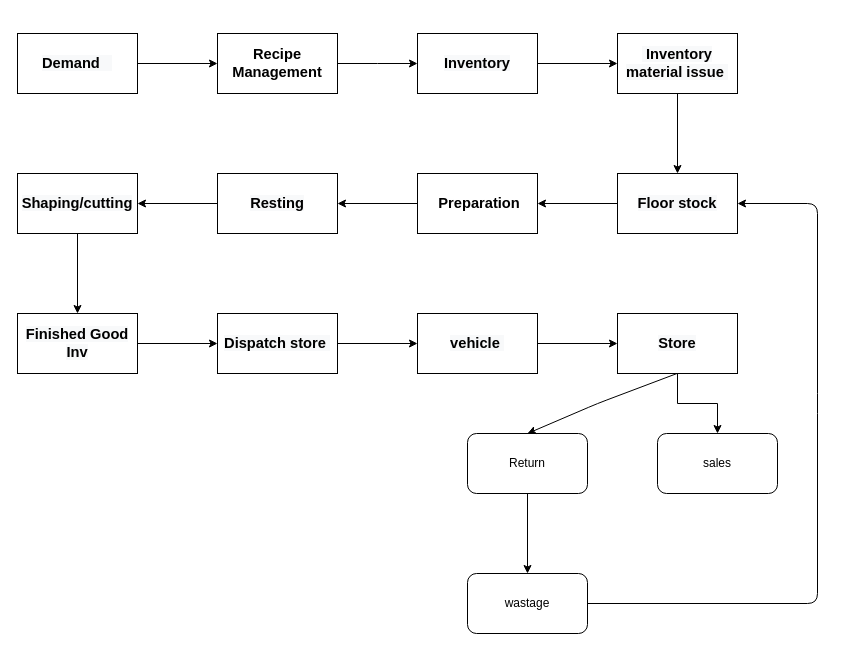
This is Flow.drawio from saikande6/Demo, a draw.io file, before an edit. Source tidied: cells renumbered, new cells numbered last; positions are measured from the earlier drawing's top-left corner, leaving out a move shared by most shapes. Both pictures are drawn from the tidied source at 100%, with x=0, y=0 at pixel (17, 33).
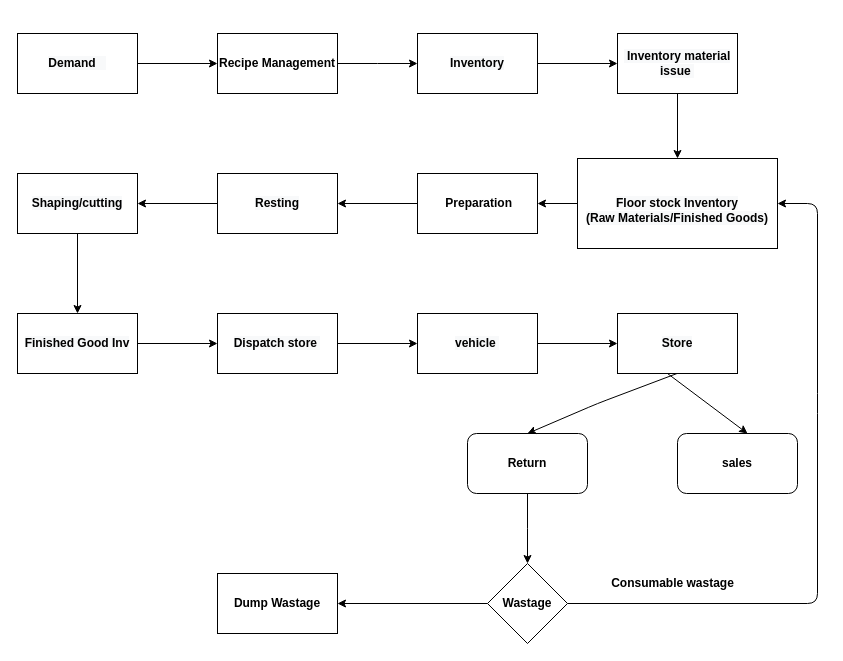
After the change.

Diff of the diagram source:
```diff
@@
-    <mxCell id="2" style="edgeStyle=orthogonalEdgeStyle;rounded=0;jettySize=auto;html=1;" parent="1" edge="1" source="3" target="5">
+    <mxCell id="2" style="edgeStyle=orthogonalEdgeStyle;rounded=0;jettySize=auto;html=1;fontFamily=Helvetica;fontSize=12;" parent="1" edge="1" source="3" target="5">
       <mxGeometry relative="1" as="geometry" />
     </mxCell>
-    <mxCell id="3" value="&#10;&#10;&lt;span style=&quot;color: rgb(0, 0, 0); font-family: arial; font-size: 14.6667px; font-style: normal; font-weight: 700; letter-spacing: normal; text-align: left; text-indent: 0px; text-transform: none; word-spacing: 0px; background-color: rgb(248, 249, 250); display: inline; float: none;&quot;&gt;Demand&amp;nbsp; &amp;nbsp;&lt;/span&gt;&#10;&#10;" style="rounded=0;whiteSpace=wrap;html=1;" parent="1" vertex="1">
+    <mxCell id="3" value="&#10;&#10;&lt;span style=&quot;color: rgb(0, 0, 0); font-size: 12px; font-style: normal; font-weight: 700; letter-spacing: normal; text-align: left; text-indent: 0px; text-transform: none; word-spacing: 0px; background-color: rgb(248, 249, 250); display: inline; float: none;&quot;&gt;Demand&amp;nbsp; &amp;nbsp;&lt;/span&gt;&#10;&#10;" style="rounded=0;whiteSpace=wrap;html=1;fontFamily=Helvetica;fontSize=12;" parent="1" vertex="1">
       <mxGeometry width="120" height="60" as="geometry" />
     </mxCell>
-    <mxCell id="4" style="edgeStyle=orthogonalEdgeStyle;rounded=0;jettySize=auto;html=1;" parent="1" edge="1" source="5">
+    <mxCell id="4" style="edgeStyle=orthogonalEdgeStyle;rounded=0;jettySize=auto;html=1;fontFamily=Helvetica;fontSize=12;" parent="1" edge="1" source="5">
       <mxGeometry relative="1" as="geometry">
         <mxPoint x="400" y="30" as="targetPoint" />
       </mxGeometry>
     </mxCell>
-    <mxCell id="5" value="&lt;span style=&quot;font-family: &amp;#34;arial&amp;#34; ; font-size: 14.6667px ; font-weight: 700 ; text-align: left&quot;&gt;Recipe Management&lt;/span&gt;" style="rounded=0;whiteSpace=wrap;html=1;" parent="1" vertex="1">
+    <mxCell id="5" value="&lt;span style=&quot;font-size: 12px; font-weight: 700; text-align: left;&quot;&gt;Recipe Management&lt;/span&gt;" style="rounded=0;whiteSpace=wrap;html=1;fontFamily=Helvetica;fontSize=12;" parent="1" vertex="1">
       <mxGeometry x="200" width="120" height="60" as="geometry" />
     </mxCell>
-    <mxCell id="6" style="edgeStyle=orthogonalEdgeStyle;rounded=0;jettySize=auto;html=1;" parent="1" edge="1" source="7" target="9">
+    <mxCell id="6" style="edgeStyle=orthogonalEdgeStyle;rounded=0;jettySize=auto;html=1;fontFamily=Helvetica;fontSize=12;" parent="1" edge="1" source="7" target="9">
       <mxGeometry relative="1" as="geometry" />
     </mxCell>
-    <mxCell id="7" value="&#10;&#10;&lt;span style=&quot;color: rgb(0, 0, 0); font-family: arial; font-size: 14.6667px; font-style: normal; font-weight: 700; letter-spacing: normal; text-align: left; text-indent: 0px; text-transform: none; word-spacing: 0px; background-color: rgb(248, 249, 250); display: inline; float: none;&quot;&gt;Inventory&lt;/span&gt;&#10;&#10;" style="rounded=0;whiteSpace=wrap;html=1;" parent="1" vertex="1">
+    <mxCell id="7" value="&#10;&#10;&lt;span style=&quot;color: rgb(0, 0, 0); font-size: 12px; font-style: normal; font-weight: 700; letter-spacing: normal; text-align: left; text-indent: 0px; text-transform: none; word-spacing: 0px; background-color: rgb(248, 249, 250); display: inline; float: none;&quot;&gt;Inventory&lt;/span&gt;&#10;&#10;" style="rounded=0;whiteSpace=wrap;html=1;fontFamily=Helvetica;fontSize=12;" parent="1" vertex="1">
       <mxGeometry x="400" width="120" height="60" as="geometry" />
     </mxCell>
-    <mxCell id="8" style="edgeStyle=orthogonalEdgeStyle;rounded=0;jettySize=auto;html=1;" parent="1" edge="1" source="9" target="11">
+    <mxCell id="8" style="edgeStyle=orthogonalEdgeStyle;rounded=0;jettySize=auto;html=1;fontFamily=Helvetica;fontSize=12;" parent="1" edge="1" source="9" target="11">
       <mxGeometry relative="1" as="geometry" />
     </mxCell>
-    <mxCell id="9" value="&#10;&#10;&lt;span style=&quot;color: rgb(0, 0, 0); font-family: arial; font-size: 14.6667px; font-style: normal; font-weight: 700; letter-spacing: normal; text-align: left; text-indent: 0px; text-transform: none; word-spacing: 0px; background-color: rgb(248, 249, 250); display: inline; float: none;&quot;&gt;&lt;span&gt;&amp;nbsp;&lt;/span&gt;Inventory material issue&amp;nbsp;&lt;/span&gt;&#10;&#10;" style="whiteSpace=wrap;html=1;rounded=0;" parent="1" vertex="1">
+    <mxCell id="9" value="&#10;&#10;&lt;span style=&quot;color: rgb(0, 0, 0); font-size: 12px; font-style: normal; font-weight: 700; letter-spacing: normal; text-align: left; text-indent: 0px; text-transform: none; word-spacing: 0px; background-color: rgb(248, 249, 250); display: inline; float: none;&quot;&gt;&lt;span style=&quot;font-size: 12px;&quot;&gt;&amp;nbsp;&lt;/span&gt;Inventory material issue&amp;nbsp;&lt;/span&gt;&#10;&#10;" style="whiteSpace=wrap;html=1;rounded=0;fontFamily=Helvetica;fontSize=12;" parent="1" vertex="1">
       <mxGeometry x="600" width="120" height="60" as="geometry" />
     </mxCell>
-    <mxCell id="10" style="edgeStyle=orthogonalEdgeStyle;rounded=0;jettySize=auto;html=1;" parent="1" edge="1" source="11" target="13">
+    <mxCell id="10" style="edgeStyle=orthogonalEdgeStyle;rounded=0;jettySize=auto;html=1;fontFamily=Helvetica;fontSize=12;" parent="1" edge="1" source="11" target="13">
       <mxGeometry relative="1" as="geometry" />
     </mxCell>
-    <mxCell id="11" value="&#10;&#10;&lt;span style=&quot;color: rgb(0, 0, 0); font-family: arial; font-size: 14.6667px; font-style: normal; font-weight: 700; letter-spacing: normal; text-align: left; text-indent: 0px; text-transform: none; word-spacing: 0px; background-color: rgb(248, 249, 250); display: inline; float: none;&quot;&gt;Floor stock&lt;/span&gt;&#10;&#10;" style="whiteSpace=wrap;html=1;rounded=0;" parent="1" vertex="1">
-      <mxGeometry x="600" y="140" width="120" height="60" as="geometry" />
+    <mxCell id="11" value="&lt;font style=&quot;font-size: 12px;&quot;&gt;&lt;br style=&quot;font-size: 12px;&quot;&gt;&lt;/font&gt;&lt;span style=&quot;color: rgb(0, 0, 0); font-style: normal; letter-spacing: normal; text-align: left; text-indent: 0px; text-transform: none; word-spacing: 0px; background-color: rgb(248, 249, 250); display: inline; float: none; font-size: 12px;&quot;&gt;&lt;font style=&quot;font-size: 12px;&quot;&gt;Floor stock Inventory&lt;br style=&quot;font-size: 12px;&quot;&gt;&lt;span style=&quot;text-align: center; font-size: 12px;&quot;&gt;(Raw Materials/Finished Goods)&lt;/span&gt;&lt;/font&gt;&lt;br style=&quot;font-size: 12px;&quot;&gt;&lt;/span&gt;" style="whiteSpace=wrap;html=1;rounded=0;verticalAlign=middle;fontStyle=1;fontFamily=Helvetica;fontSize=12;" parent="1" vertex="1">
+      <mxGeometry x="560" y="125" width="200" height="90" as="geometry" />
     </mxCell>
-    <mxCell id="12" style="edgeStyle=orthogonalEdgeStyle;rounded=0;jettySize=auto;html=1;" parent="1" edge="1" source="13" target="15">
+    <mxCell id="12" style="edgeStyle=orthogonalEdgeStyle;rounded=0;jettySize=auto;html=1;fontFamily=Helvetica;fontSize=12;" parent="1" edge="1" source="13" target="15">
       <mxGeometry relative="1" as="geometry" />
     </mxCell>
-    <mxCell id="13" value="&lt;span style=&quot;font-family: &amp;#34;arial&amp;#34; ; font-size: 14.6667px ; font-weight: 700 ; text-align: left&quot;&gt;&amp;nbsp;Preparation&lt;/span&gt;" style="whiteSpace=wrap;html=1;rounded=0;" parent="1" vertex="1">
+    <mxCell id="13" value="&lt;span style=&quot;font-size: 12px; font-weight: 700; text-align: left;&quot;&gt;&amp;nbsp;Preparation&lt;/span&gt;" style="whiteSpace=wrap;html=1;rounded=0;fontFamily=Helvetica;fontSize=12;" parent="1" vertex="1">
       <mxGeometry x="400" y="140" width="120" height="60" as="geometry" />
     </mxCell>
-    <mxCell id="14" style="edgeStyle=orthogonalEdgeStyle;rounded=0;jettySize=auto;html=1;" parent="1" edge="1" source="15" target="17">
+    <mxCell id="14" style="edgeStyle=orthogonalEdgeStyle;rounded=0;jettySize=auto;html=1;fontFamily=Helvetica;fontSize=12;" parent="1" edge="1" source="15" target="17">
       <mxGeometry relative="1" as="geometry" />
     </mxCell>
-    <mxCell id="15" value="&#10;&#10;&lt;span style=&quot;color: rgb(0, 0, 0); font-family: arial; font-size: 14.6667px; font-style: normal; font-weight: 700; letter-spacing: normal; text-align: left; text-indent: 0px; text-transform: none; word-spacing: 0px; background-color: rgb(248, 249, 250); display: inline; float: none;&quot;&gt;Resting&lt;/span&gt;&#10;&#10;" style="whiteSpace=wrap;html=1;rounded=0;" parent="1" vertex="1">
+    <mxCell id="15" value="&#10;&#10;&lt;span style=&quot;color: rgb(0, 0, 0); font-size: 12px; font-style: normal; font-weight: 700; letter-spacing: normal; text-align: left; text-indent: 0px; text-transform: none; word-spacing: 0px; background-color: rgb(248, 249, 250); display: inline; float: none;&quot;&gt;Resting&lt;/span&gt;&#10;&#10;" style="whiteSpace=wrap;html=1;rounded=0;fontFamily=Helvetica;fontSize=12;" parent="1" vertex="1">
       <mxGeometry x="200" y="140" width="120" height="60" as="geometry" />
     </mxCell>
-    <mxCell id="16" style="edgeStyle=orthogonalEdgeStyle;rounded=0;jettySize=auto;html=1;" parent="1" edge="1" source="17" target="19">
+    <mxCell id="16" style="edgeStyle=orthogonalEdgeStyle;rounded=0;jettySize=auto;html=1;fontFamily=Helvetica;fontSize=12;" parent="1" edge="1" source="17" target="19">
       <mxGeometry relative="1" as="geometry" />
     </mxCell>
-    <mxCell id="17" value="&#10;&#10;&lt;span style=&quot;color: rgb(0, 0, 0); font-family: arial; font-size: 14.6667px; font-style: normal; font-weight: 700; letter-spacing: normal; text-align: left; text-indent: 0px; text-transform: none; word-spacing: 0px; background-color: rgb(248, 249, 250); display: inline; float: none;&quot;&gt;Shaping/cutting&lt;/span&gt;&#10;&#10;" style="whiteSpace=wrap;html=1;rounded=0;" parent="1" vertex="1">
+    <mxCell id="17" value="&#10;&#10;&lt;span style=&quot;color: rgb(0, 0, 0); font-size: 12px; font-style: normal; font-weight: 700; letter-spacing: normal; text-align: left; text-indent: 0px; text-transform: none; word-spacing: 0px; background-color: rgb(248, 249, 250); display: inline; float: none;&quot;&gt;Shaping/cutting&lt;/span&gt;&#10;&#10;" style="whiteSpace=wrap;html=1;rounded=0;fontFamily=Helvetica;fontSize=12;" parent="1" vertex="1">
       <mxGeometry y="140" width="120" height="60" as="geometry" />
     </mxCell>
-    <mxCell id="18" style="edgeStyle=orthogonalEdgeStyle;rounded=0;jettySize=auto;html=1;" parent="1" edge="1" source="19" target="21">
+    <mxCell id="18" style="edgeStyle=orthogonalEdgeStyle;rounded=0;jettySize=auto;html=1;fontFamily=Helvetica;fontSize=12;" parent="1" edge="1" source="19" target="21">
       <mxGeometry relative="1" as="geometry" />
     </mxCell>
-    <mxCell id="19" value="&#10;&#10;&lt;span style=&quot;color: rgb(0, 0, 0); font-family: arial; font-size: 14.6667px; font-style: normal; font-weight: 700; letter-spacing: normal; text-align: left; text-indent: 0px; text-transform: none; word-spacing: 0px; background-color: rgb(248, 249, 250); display: inline; float: none;&quot;&gt;Finished Good Inv&lt;/span&gt;&#10;&#10;" style="whiteSpace=wrap;html=1;rounded=0;" parent="1" vertex="1">
+    <mxCell id="19" value="&#10;&#10;&lt;span style=&quot;color: rgb(0, 0, 0); font-size: 12px; font-style: normal; font-weight: 700; letter-spacing: normal; text-align: left; text-indent: 0px; text-transform: none; word-spacing: 0px; background-color: rgb(248, 249, 250); display: inline; float: none;&quot;&gt;Finished Good Inv&lt;/span&gt;&#10;&#10;" style="whiteSpace=wrap;html=1;rounded=0;fontFamily=Helvetica;fontSize=12;" parent="1" vertex="1">
       <mxGeometry y="280" width="120" height="60" as="geometry" />
     </mxCell>
-    <mxCell id="20" style="edgeStyle=orthogonalEdgeStyle;rounded=0;jettySize=auto;html=1;" parent="1" edge="1" source="21" target="23">
+    <mxCell id="20" style="edgeStyle=orthogonalEdgeStyle;rounded=0;jettySize=auto;html=1;fontFamily=Helvetica;fontSize=12;" parent="1" edge="1" source="21" target="23">
       <mxGeometry relative="1" as="geometry" />
     </mxCell>
-    <mxCell id="21" value="&#10;&#10;&lt;span style=&quot;color: rgb(0, 0, 0); font-family: arial; font-size: 14.6667px; font-style: normal; font-weight: 700; letter-spacing: normal; text-align: left; text-indent: 0px; text-transform: none; word-spacing: 0px; background-color: rgb(248, 249, 250); display: inline; float: none;&quot;&gt;Dispatch store&lt;span&gt;&amp;nbsp;&lt;/span&gt;&lt;/span&gt;&#10;&#10;" style="whiteSpace=wrap;html=1;rounded=0;" parent="1" vertex="1">
+    <mxCell id="21" value="&#10;&#10;&lt;span style=&quot;color: rgb(0, 0, 0); font-size: 12px; font-style: normal; font-weight: 700; letter-spacing: normal; text-align: left; text-indent: 0px; text-transform: none; word-spacing: 0px; background-color: rgb(248, 249, 250); display: inline; float: none;&quot;&gt;Dispatch store&lt;span style=&quot;font-size: 12px;&quot;&gt;&amp;nbsp;&lt;/span&gt;&lt;/span&gt;&#10;&#10;" style="whiteSpace=wrap;html=1;rounded=0;fontFamily=Helvetica;fontSize=12;" parent="1" vertex="1">
       <mxGeometry x="200" y="280" width="120" height="60" as="geometry" />
     </mxCell>
-    <mxCell id="22" style="edgeStyle=orthogonalEdgeStyle;rounded=0;jettySize=auto;html=1;" parent="1" edge="1" source="23" target="25">
+    <mxCell id="22" style="edgeStyle=orthogonalEdgeStyle;rounded=0;jettySize=auto;html=1;fontFamily=Helvetica;fontSize=12;" parent="1" edge="1" source="23" target="25">
       <mxGeometry relative="1" as="geometry" />
     </mxCell>
-    <mxCell id="23" value="&#10;&#10;&lt;span style=&quot;color: rgb(0, 0, 0); font-family: arial; font-size: 14.6667px; font-style: normal; font-weight: 700; letter-spacing: normal; text-align: left; text-indent: 0px; text-transform: none; word-spacing: 0px; background-color: rgb(248, 249, 250); display: inline; float: none;&quot;&gt;vehicle&lt;span&gt;&amp;nbsp;&lt;/span&gt;&lt;/span&gt;&#10;&#10;" style="whiteSpace=wrap;html=1;rounded=0;" parent="1" vertex="1">
+    <mxCell id="23" value="&#10;&#10;&lt;span style=&quot;color: rgb(0, 0, 0); font-size: 12px; font-style: normal; font-weight: 700; letter-spacing: normal; text-align: left; text-indent: 0px; text-transform: none; word-spacing: 0px; background-color: rgb(248, 249, 250); display: inline; float: none;&quot;&gt;vehicle&lt;span style=&quot;font-size: 12px;&quot;&gt;&amp;nbsp;&lt;/span&gt;&lt;/span&gt;&#10;&#10;" style="whiteSpace=wrap;html=1;rounded=0;fontFamily=Helvetica;fontSize=12;" parent="1" vertex="1">
       <mxGeometry x="400" y="280" width="120" height="60" as="geometry" />
     </mxCell>
-    <mxCell id="24" style="edgeStyle=orthogonalEdgeStyle;rounded=0;jettySize=auto;html=1;" parent="1" edge="1" source="25" target="28">
-      <mxGeometry relative="1" as="geometry" />
-    </mxCell>
-    <mxCell id="25" value="&#10;&#10;&lt;span style=&quot;color: rgb(0, 0, 0); font-family: arial; font-size: 14.6667px; font-style: normal; font-weight: 700; letter-spacing: normal; text-align: left; text-indent: 0px; text-transform: none; word-spacing: 0px; background-color: rgb(248, 249, 250); display: inline; float: none;&quot;&gt;Store&lt;/span&gt;&#10;&#10;" style="whiteSpace=wrap;html=1;rounded=0;" parent="1" vertex="1">
+    <mxCell id="25" value="&#10;&#10;&lt;span style=&quot;color: rgb(0, 0, 0); font-size: 12px; font-style: normal; font-weight: 700; letter-spacing: normal; text-align: left; text-indent: 0px; text-transform: none; word-spacing: 0px; background-color: rgb(248, 249, 250); display: inline; float: none;&quot;&gt;Store&lt;/span&gt;&#10;&#10;" style="whiteSpace=wrap;html=1;rounded=0;fontFamily=Helvetica;fontSize=12;" parent="1" vertex="1">
       <mxGeometry x="600" y="280" width="120" height="60" as="geometry" />
     </mxCell>
-    <mxCell id="26" style="edgeStyle=orthogonalEdgeStyle;rounded=0;jettySize=auto;html=1;" parent="1" edge="1" source="27" target="29">
-      <mxGeometry relative="1" as="geometry" />
+    <mxCell id="26" style="edgeStyle=orthogonalEdgeStyle;rounded=0;jettySize=auto;html=1;fontFamily=Helvetica;fontSize=12;" parent="1" edge="1" source="27">
+      <mxGeometry relative="1" as="geometry">
+        <mxPoint x="510" y="530" as="targetPoint" />
+      </mxGeometry>
     </mxCell>
-    <mxCell id="27" value="Return" style="rounded=1;whiteSpace=wrap;html=1;" parent="1" vertex="1">
+    <mxCell id="27" value="Return" style="rounded=1;whiteSpace=wrap;html=1;fontStyle=1;fontSize=12;fontFamily=Helvetica;" parent="1" vertex="1">
       <mxGeometry x="450" y="400" width="120" height="60" as="geometry" />
     </mxCell>
-    <mxCell id="28" value="sales" style="rounded=1;whiteSpace=wrap;html=1;" parent="1" vertex="1">
-      <mxGeometry x="640" y="400" width="120" height="60" as="geometry" />
+    <mxCell id="28" value="sales" style="rounded=1;whiteSpace=wrap;html=1;fontStyle=1;fontSize=12;fontFamily=Helvetica;" parent="1" vertex="1">
+      <mxGeometry x="660" y="400" width="120" height="60" as="geometry" />
     </mxCell>
-    <mxCell id="29" value="wastage" style="rounded=1;whiteSpace=wrap;html=1;" parent="1" vertex="1">
-      <mxGeometry x="450" y="540" width="120" height="60" as="geometry" />
-    </mxCell>
-    <mxCell id="30" style="endArrow=classic;html=1;entryX=0.5;entryY=0;entryDx=0;entryDy=0;" parent="1" edge="1" target="27">
+    <mxCell id="30" style="endArrow=classic;html=1;entryX=0.5;entryY=0;entryDx=0;entryDy=0;fontFamily=Helvetica;fontSize=12;" parent="1" edge="1" target="27">
       <mxGeometry relative="1" as="geometry">
         <mxPoint x="659.5" y="340" as="sourcePoint" />
         <Array as="points">
           <mxPoint x="580" y="370" />
         </Array>
       </mxGeometry>
     </mxCell>
-    <mxCell id="31" style="endArrow=classic;html=1;entryX=1;entryY=0.5;entryDx=0;entryDy=0;" parent="1" edge="1" target="11">
+    <mxCell id="31" style="endArrow=classic;html=1;exitX=1;exitY=0.5;exitDx=0;exitDy=0;entryX=1;entryY=0.5;entryDx=0;entryDy=0;fontFamily=Helvetica;fontSize=12;" parent="1" edge="1" source="33" target="11">
       <mxGeometry relative="1" as="geometry">
-        <mxPoint x="570" y="570" as="sourcePoint" />
         <Array as="points">
           <mxPoint x="800" y="570" />
           <mxPoint x="800" y="370" />
           <mxPoint x="800" y="170" />
         </Array>
       </mxGeometry>
     </mxCell>
+    <mxCell id="32" style="edgeStyle=orthogonalEdgeStyle;rounded=0;jettySize=auto;html=1;fontSize=12;fontFamily=Helvetica;" parent="1" edge="1" source="33" target="35">
+      <mxGeometry relative="1" as="geometry" />
+    </mxCell>
+    <mxCell id="33" value="Wastage" style="rhombus;whiteSpace=wrap;html=1;fontStyle=1;fontSize=12;fontFamily=Helvetica;" parent="1" vertex="1">
+      <mxGeometry x="470" y="530" width="80" height="80" as="geometry" />
+    </mxCell>
+    <mxCell id="34" value="Consumable wastage" style="text;html=1;align=center;verticalAlign=middle;fontSize=12;fontStyle=1;fontFamily=Helvetica;" parent="1" vertex="1">
+      <mxGeometry x="585" y="540" width="140" height="20" as="geometry" />
+    </mxCell>
+    <mxCell id="35" value="&lt;font style=&quot;font-size: 12px;&quot;&gt;Dump Wastage&lt;/font&gt;" style="whiteSpace=wrap;html=1;fontStyle=1;fontFamily=Helvetica;fontSize=12;" parent="1" vertex="1">
+      <mxGeometry x="200" y="540" width="120" height="60" as="geometry" />
+    </mxCell>
+    <mxCell id="36" style="endArrow=classic;html=1;fontSize=12;fontFamily=Helvetica;" parent="1" edge="1">
+      <mxGeometry relative="1" as="geometry">
+        <mxPoint x="650" y="340" as="sourcePoint" />
+        <mxPoint x="730" y="400" as="targetPoint" />
+      </mxGeometry>
+    </mxCell>
```
